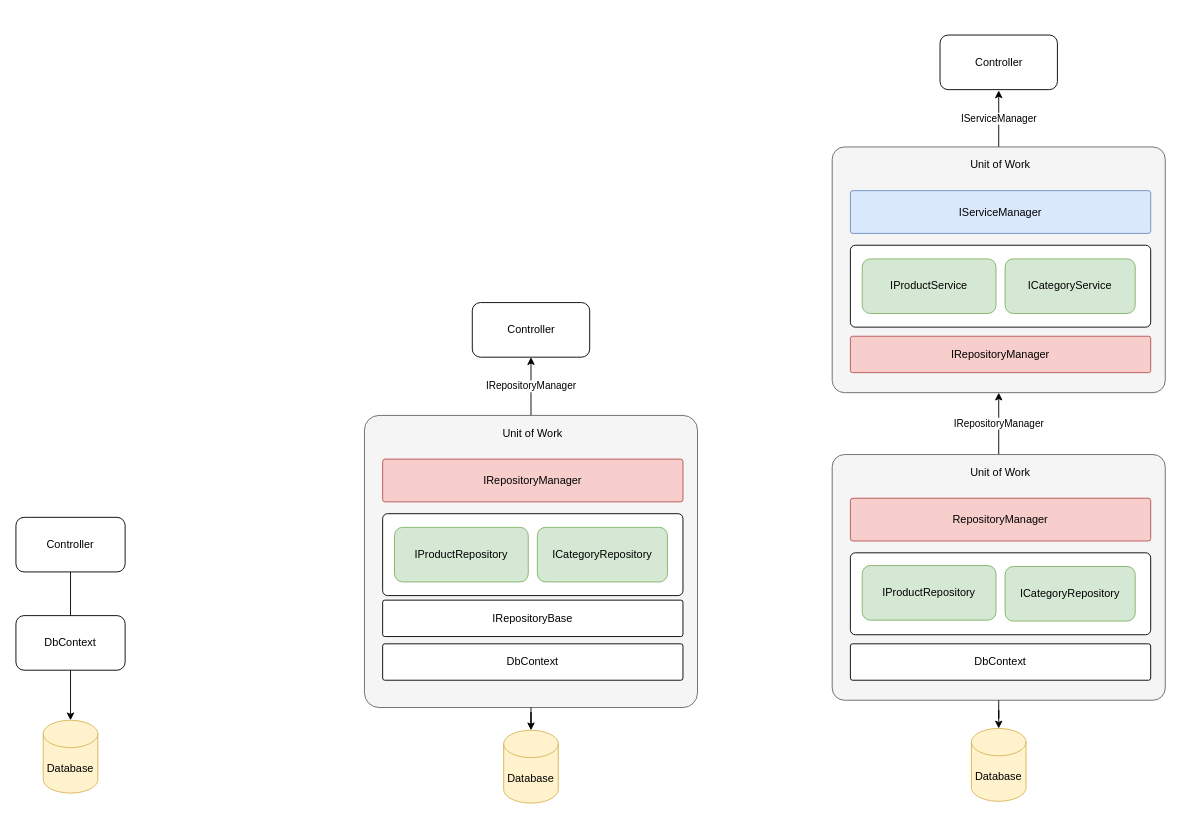
Earlier version of the draw.io diagram page "Repository" (6 of 6) of Drawings.drawio (zcomert/btk-akademi-aspnet-core-mvc-egitimi). Source tidied: cells renumbered, new cells numbered last; positions are measured from the earlier drawing's top-left corner, leaving out a move shared by most shapes. Both pictures are drawn from the tidied source at 91%, with x=0, y=0 at pixel (15, 35).
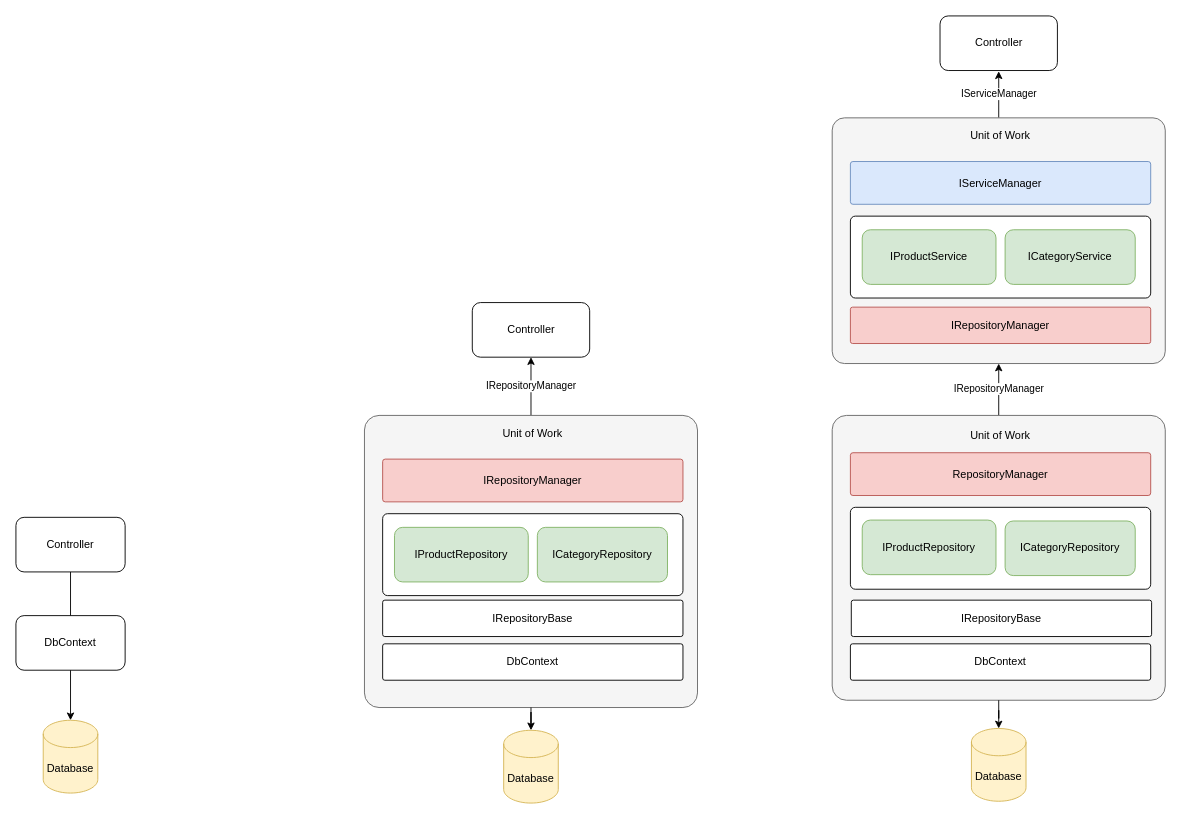
Above is the later version.

Commit message:
ProductController has been updated.

The edit, as a diff of the source:
```diff
@@
     <mxCell id="19" style="rounded=1;whiteSpace=wrap;html=1;fillColor=#f5f5f5;strokeColor=#666666;fontColor=#333333;arcSize=5;" parent="1" vertex="1">
-      <mxGeometry x="897" y="461" width="366" height="270" as="geometry" />
+      <mxGeometry x="897" y="418" width="366" height="313" as="geometry" />
     </mxCell>
     <mxCell id="20" style="rounded=1;whiteSpace=wrap;html=1;arcSize=6;" parent="1" vertex="1">
-      <mxGeometry x="917" y="569" width="330" height="90" as="geometry" />
+      <mxGeometry x="917" y="519" width="330" height="90" as="geometry" />
     </mxCell>
@@
     <mxCell id="22" value="Controller" style="rounded=1;whiteSpace=wrap;html=1;" parent="1" vertex="1">
-      <mxGeometry x="1015.5" width="129" height="60" as="geometry" />
+      <mxGeometry x="1015.5" y="-21" width="129" height="60" as="geometry" />
     </mxCell>
@@
     <mxCell id="24" value="IProductRepository" style="rounded=1;whiteSpace=wrap;html=1;fillColor=#d5e8d4;strokeColor=#82b366;" parent="1" vertex="1">
-      <mxGeometry x="930" y="583" width="147" height="60" as="geometry" />
+      <mxGeometry x="930" y="533" width="147" height="60" as="geometry" />
     </mxCell>
     <mxCell id="25" value="ICategoryRepository" style="rounded=1;whiteSpace=wrap;html=1;fillColor=#d5e8d4;strokeColor=#82b366;" parent="1" vertex="1">
-      <mxGeometry x="1087" y="584" width="143" height="60" as="geometry" />
+      <mxGeometry x="1087" y="534" width="143" height="60" as="geometry" />
     </mxCell>
     <mxCell id="26" value="Unit of Work" style="text;html=1;strokeColor=none;fillColor=none;align=center;verticalAlign=middle;whiteSpace=wrap;rounded=0;" parent="1" vertex="1">
-      <mxGeometry x="917" y="471" width="330" height="20" as="geometry" />
+      <mxGeometry x="917" y="430" width="330" height="20" as="geometry" />
     </mxCell>
@@
     <mxCell id="28" value="RepositoryManager" style="rounded=1;whiteSpace=wrap;html=1;arcSize=6;fillColor=#f8cecc;strokeColor=#b85450;" parent="1" vertex="1">
-      <mxGeometry x="917" y="509" width="330" height="47" as="geometry" />
+      <mxGeometry x="917" y="459" width="330" height="47" as="geometry" />
     </mxCell>
@@
     <mxCell id="30" style="rounded=1;whiteSpace=wrap;html=1;fillColor=#f5f5f5;strokeColor=#666666;fontColor=#333333;arcSize=5;" parent="1" vertex="1">
-      <mxGeometry x="897" y="123" width="366" height="270" as="geometry" />
+      <mxGeometry x="897" y="91" width="366" height="270" as="geometry" />
     </mxCell>
     <mxCell id="31" style="rounded=1;whiteSpace=wrap;html=1;arcSize=6;" parent="1" vertex="1">
-      <mxGeometry x="917" y="231" width="330" height="90" as="geometry" />
+      <mxGeometry x="917" y="199" width="330" height="90" as="geometry" />
     </mxCell>
     <mxCell id="32" value="IProductService" style="rounded=1;whiteSpace=wrap;html=1;fillColor=#d5e8d4;strokeColor=#82b366;" parent="1" vertex="1">
-      <mxGeometry x="930" y="246" width="147" height="60" as="geometry" />
+      <mxGeometry x="930" y="214" width="147" height="60" as="geometry" />
     </mxCell>
     <mxCell id="33" value="ICategoryService" style="rounded=1;whiteSpace=wrap;html=1;fillColor=#d5e8d4;strokeColor=#82b366;" parent="1" vertex="1">
-      <mxGeometry x="1087" y="246" width="143" height="60" as="geometry" />
+      <mxGeometry x="1087" y="214" width="143" height="60" as="geometry" />
     </mxCell>
     <mxCell id="34" value="Unit of Work" style="text;html=1;strokeColor=none;fillColor=none;align=center;verticalAlign=middle;whiteSpace=wrap;rounded=0;" parent="1" vertex="1">
-      <mxGeometry x="917" y="133" width="330" height="20" as="geometry" />
+      <mxGeometry x="917" y="101" width="330" height="20" as="geometry" />
     </mxCell>
     <mxCell id="35" value="IRepositoryManager" style="rounded=1;whiteSpace=wrap;html=1;arcSize=6;fillColor=#f8cecc;strokeColor=#b85450;" parent="1" vertex="1">
-      <mxGeometry x="917" y="331" width="330" height="40" as="geometry" />
+      <mxGeometry x="917" y="299" width="330" height="40" as="geometry" />
     </mxCell>
     <mxCell id="36" value="IServiceManager" style="rounded=1;whiteSpace=wrap;html=1;arcSize=6;fillColor=#dae8fc;strokeColor=#6c8ebf;" parent="1" vertex="1">
-      <mxGeometry x="917" y="171" width="330" height="47" as="geometry" />
+      <mxGeometry x="917" y="139" width="330" height="47" as="geometry" />
     </mxCell>
+    <mxCell id="37" value="IRepositoryBase" style="rounded=1;whiteSpace=wrap;html=1;arcSize=6;" parent="1" vertex="1">
+      <mxGeometry x="918" y="621" width="330" height="40" as="geometry" />
+    </mxCell>
```
